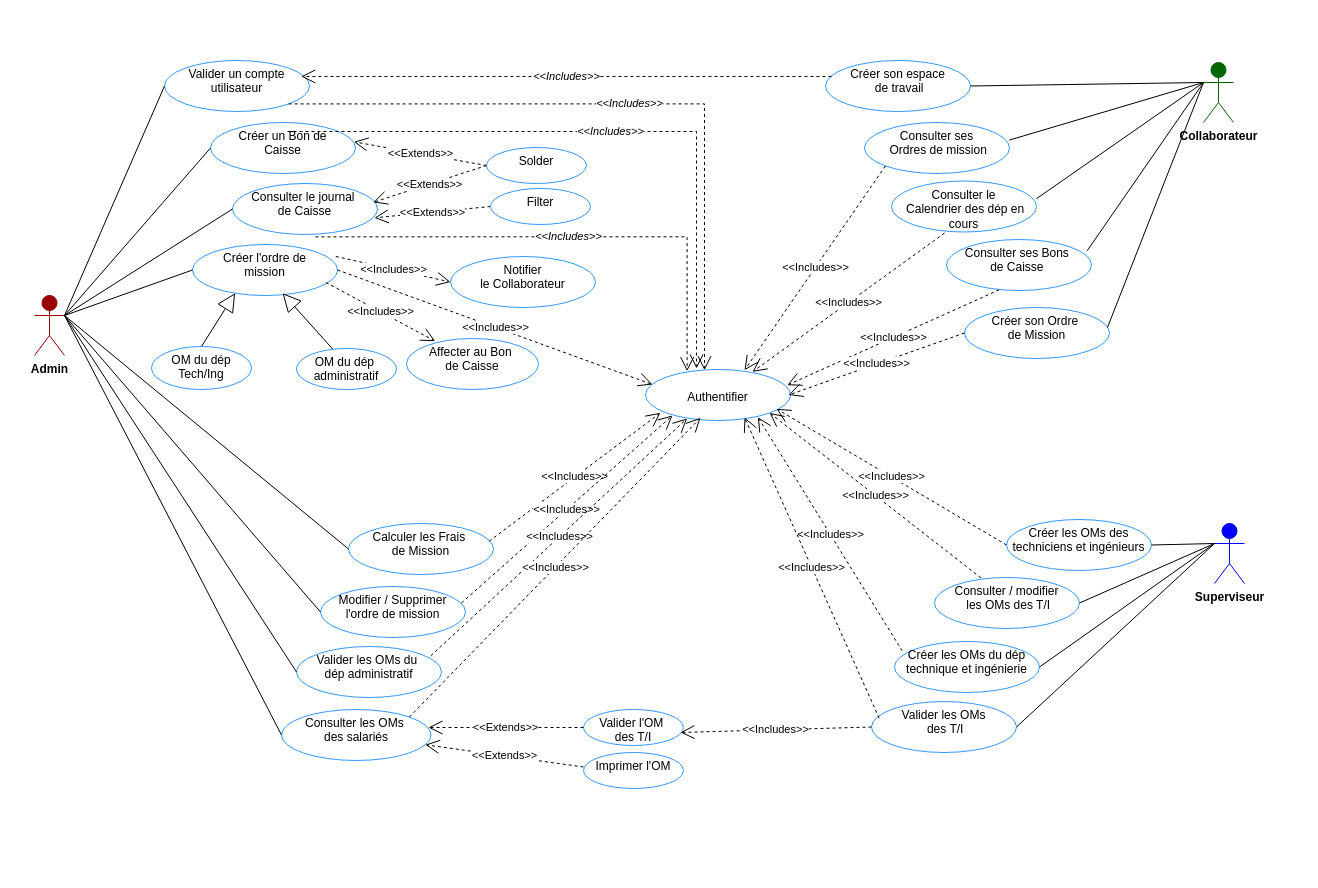
Above: useCaseApp.drawio in BARIGOU-Imane/Gestion-des-Ordres-de-Mission (draw.io), before the change. Source tidied: cells renumbered, new cells numbered last; positions are measured from the earlier drawing's top-left corner, leaving out a move shared by most shapes. Both pictures are drawn from the tidied source at 100%, with x=0, y=0 at pixel (34, 60).
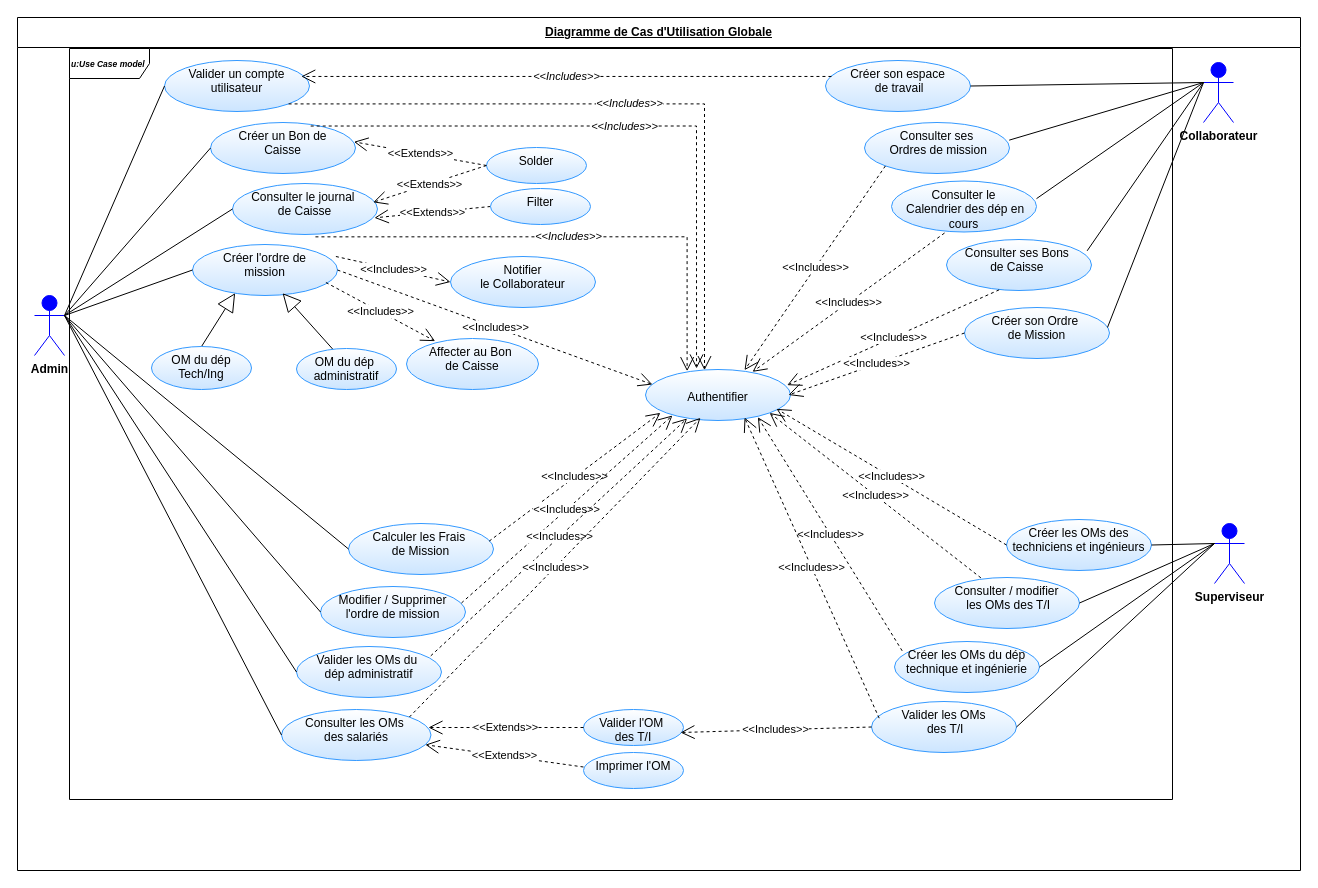
After the change.

Diff of the diagram source:
```diff
@@
-    <mxCell id="2" value="&lt;b&gt;Collaborateur&lt;/b&gt;&lt;div&gt;&lt;br&gt;&lt;/div&gt;" style="shape=umlActor;verticalLabelPosition=bottom;verticalAlign=top;html=1;outlineConnect=0;fillColor=#006600;strokeColor=#006600;" parent="1" vertex="1">
+    <mxCell id="2" value="&lt;b&gt;Collaborateur&lt;/b&gt;&lt;div&gt;&lt;br&gt;&lt;/div&gt;" style="shape=umlActor;verticalLabelPosition=bottom;verticalAlign=top;html=1;outlineConnect=0;fillColor=#0000FF;strokeColor=#0000FF;" parent="1" vertex="1">
       <mxGeometry x="1169" y="2" width="30" height="60" as="geometry" />
     </mxCell>
-    <mxCell id="3" value="&lt;div&gt;&lt;span style=&quot;background-color: initial;&quot;&gt;Valider un compte utilisateur&lt;/span&gt;&lt;br&gt;&lt;/div&gt;" style="ellipse;whiteSpace=wrap;html=1;verticalAlign=top;strokeColor=#3399FF;" parent="1" vertex="1">
+    <mxCell id="3" value="&lt;div&gt;&lt;span style=&quot;background-color: initial;&quot;&gt;Valider un compte utilisateur&lt;/span&gt;&lt;br&gt;&lt;/div&gt;" style="ellipse;whiteSpace=wrap;html=1;verticalAlign=top;strokeColor=#3399FF;gradientColor=#CCE5FF;" parent="1" vertex="1">
       <mxGeometry x="130" width="145" height="51" as="geometry" />
     </mxCell>
-    <mxCell id="4" value="&lt;b&gt;Admin&lt;/b&gt;&lt;div&gt;&lt;br&gt;&lt;/div&gt;" style="shape=umlActor;verticalLabelPosition=bottom;verticalAlign=top;html=1;outlineConnect=0;direction=east;rotation=0;fillColor=#990000;strokeColor=#990000;" parent="1" vertex="1">
+    <mxCell id="4" value="&lt;b&gt;Admin&lt;/b&gt;&lt;div&gt;&lt;br&gt;&lt;/div&gt;" style="shape=umlActor;verticalLabelPosition=bottom;verticalAlign=top;html=1;outlineConnect=0;direction=east;rotation=0;fillColor=#0000FF;strokeColor=#0000FF;" parent="1" vertex="1">
       <mxGeometry y="235" width="30" height="60" as="geometry" />
     </mxCell>
@@
-    <mxCell id="6" value="Créer l'ordre de&lt;div&gt;&amp;nbsp;mission&amp;nbsp;&lt;/div&gt;" style="ellipse;whiteSpace=wrap;html=1;verticalAlign=top;strokeColor=#3399FF;" parent="1" vertex="1">
+    <mxCell id="6" value="Créer l'ordre de&lt;div&gt;&amp;nbsp;mission&amp;nbsp;&lt;/div&gt;" style="ellipse;whiteSpace=wrap;html=1;verticalAlign=top;strokeColor=#3399FF;gradientColor=#CCE5FF;" parent="1" vertex="1">
       <mxGeometry x="158" y="184" width="145" height="51" as="geometry" />
     </mxCell>
-    <mxCell id="7" value="&lt;div&gt;Consulter les OMs&amp;nbsp;&lt;/div&gt;&lt;div&gt;des salariés&lt;/div&gt;" style="ellipse;whiteSpace=wrap;html=1;verticalAlign=top;strokeColor=#3399FF;" parent="1" vertex="1">
+    <mxCell id="7" value="&lt;div&gt;Consulter les OMs&amp;nbsp;&lt;/div&gt;&lt;div&gt;des salariés&lt;/div&gt;" style="ellipse;whiteSpace=wrap;html=1;verticalAlign=top;strokeColor=#3399FF;gradientColor=#CCE5FF;" parent="1" vertex="1">
       <mxGeometry x="247" y="649" width="149.5" height="51" as="geometry" />
     </mxCell>
-    <mxCell id="8" value="Calculer les Frais&amp;nbsp;&lt;div&gt;de Mission&lt;/div&gt;" style="ellipse;whiteSpace=wrap;html=1;verticalAlign=top;strokeColor=#3399FF;" parent="1" vertex="1">
+    <mxCell id="8" value="Calculer les Frais&amp;nbsp;&lt;div&gt;de Mission&lt;/div&gt;" style="ellipse;whiteSpace=wrap;html=1;verticalAlign=top;strokeColor=#3399FF;gradientColor=#CCE5FF;" parent="1" vertex="1">
       <mxGeometry x="314" y="463" width="145" height="51" as="geometry" />
     </mxCell>
@@
-    <mxCell id="10" value="Imprimer l'OM" style="ellipse;whiteSpace=wrap;html=1;verticalAlign=top;strokeColor=#3399FF;" parent="1" vertex="1">
+    <mxCell id="10" value="Imprimer l'OM" style="ellipse;whiteSpace=wrap;html=1;verticalAlign=top;strokeColor=#3399FF;gradientColor=#CCE5FF;" parent="1" vertex="1">
       <mxGeometry x="549" y="692" width="100" height="36" as="geometry" />
     </mxCell>
-    <mxCell id="11" value="Créer son espace&lt;div&gt;&amp;nbsp;de travail&lt;/div&gt;" style="ellipse;whiteSpace=wrap;html=1;verticalAlign=top;strokeColor=#3399FF;" parent="1" vertex="1">
+    <mxCell id="11" value="Créer son espace&lt;div&gt;&amp;nbsp;de travail&lt;/div&gt;" style="ellipse;whiteSpace=wrap;html=1;verticalAlign=top;strokeColor=#3399FF;gradientColor=#CCE5FF;" parent="1" vertex="1">
       <mxGeometry x="791" width="145" height="51" as="geometry" />
     </mxCell>
@@
-    <mxCell id="13" value="Créer les OMs du dép technique et ingénierie&lt;div&gt;&lt;br&gt;&lt;/div&gt;" style="ellipse;whiteSpace=wrap;html=1;verticalAlign=top;strokeColor=#3399FF;" parent="1" vertex="1">
+    <mxCell id="13" value="Créer les OMs du dép technique et ingénierie&lt;div&gt;&lt;br&gt;&lt;/div&gt;" style="ellipse;whiteSpace=wrap;html=1;verticalAlign=top;strokeColor=#3399FF;gradientColor=#CCE5FF;" parent="1" vertex="1">
       <mxGeometry x="860" y="581" width="145" height="51" as="geometry" />
     </mxCell>
-    <mxCell id="14" value="&lt;div&gt;Consulter / modifier&lt;/div&gt;&lt;div&gt;&amp;nbsp;les OMs des T/I&lt;/div&gt;" style="ellipse;whiteSpace=wrap;html=1;verticalAlign=top;strokeColor=#3399FF;" parent="1" vertex="1">
+    <mxCell id="14" value="&lt;div&gt;Consulter / modifier&lt;/div&gt;&lt;div&gt;&amp;nbsp;les OMs des T/I&lt;/div&gt;" style="ellipse;whiteSpace=wrap;html=1;verticalAlign=top;strokeColor=#3399FF;gradientColor=#CCE5FF;" parent="1" vertex="1">
       <mxGeometry x="900" y="517" width="145" height="51" as="geometry" />
     </mxCell>
-    <mxCell id="15" value="Créer les OMs des techniciens et ingénieurs&lt;div&gt;&lt;br&gt;&lt;/div&gt;" style="ellipse;whiteSpace=wrap;html=1;verticalAlign=top;strokeColor=#3399FF;" parent="1" vertex="1">
+    <mxCell id="15" value="Créer les OMs des techniciens et ingénieurs&lt;div&gt;&lt;br&gt;&lt;/div&gt;" style="ellipse;whiteSpace=wrap;html=1;verticalAlign=top;strokeColor=#3399FF;gradientColor=#CCE5FF;" parent="1" vertex="1">
       <mxGeometry x="972" y="459" width="145" height="51" as="geometry" />
     </mxCell>
-    <mxCell id="16" value="Valider l'OM&amp;nbsp;&lt;div&gt;des T/I&lt;/div&gt;" style="ellipse;whiteSpace=wrap;html=1;verticalAlign=top;strokeColor=#3399FF;" parent="1" vertex="1">
+    <mxCell id="16" value="Valider l'OM&amp;nbsp;&lt;div&gt;des T/I&lt;/div&gt;" style="ellipse;whiteSpace=wrap;html=1;verticalAlign=top;strokeColor=#3399FF;gradientColor=#CCE5FF;" parent="1" vertex="1">
       <mxGeometry x="549" y="649" width="100" height="36" as="geometry" />
     </mxCell>
@@
-    <mxCell id="18" value="&lt;div&gt;Valider les OMs&lt;/div&gt;&lt;div&gt;&amp;nbsp;des T/I&lt;br&gt;&lt;/div&gt;" style="ellipse;whiteSpace=wrap;html=1;verticalAlign=top;strokeColor=#3399FF;" parent="1" vertex="1">
+    <mxCell id="18" value="&lt;div&gt;Valider les OMs&lt;/div&gt;&lt;div&gt;&amp;nbsp;des T/I&lt;br&gt;&lt;/div&gt;" style="ellipse;whiteSpace=wrap;html=1;verticalAlign=top;strokeColor=#3399FF;gradientColor=#CCE5FF;" parent="1" vertex="1">
       <mxGeometry x="837" y="641" width="145" height="51" as="geometry" />
     </mxCell>
@@
-    <mxCell id="29" value="&lt;font style=&quot;&quot; face=&quot;Helvetica&quot;&gt;Créer un Bon de&lt;/font&gt;&lt;div&gt;&lt;font style=&quot;&quot; face=&quot;XJRX87y96gQI-0x3qHEv&quot;&gt;&amp;nbsp;Caisse&lt;b&gt;&amp;nbsp;&lt;/b&gt;&lt;/font&gt;&lt;/div&gt;" style="ellipse;whiteSpace=wrap;html=1;verticalAlign=top;strokeColor=#3399FF;" parent="1" vertex="1">
+    <mxCell id="29" value="&lt;font style=&quot;&quot; face=&quot;Helvetica&quot;&gt;Créer un Bon de&lt;/font&gt;&lt;div&gt;&lt;font style=&quot;&quot; face=&quot;XJRX87y96gQI-0x3qHEv&quot;&gt;&amp;nbsp;Caisse&lt;b&gt;&amp;nbsp;&lt;/b&gt;&lt;/font&gt;&lt;/div&gt;" style="ellipse;whiteSpace=wrap;html=1;verticalAlign=top;strokeColor=#3399FF;gradientColor=#CCE5FF;" parent="1" vertex="1">
       <mxGeometry x="176" y="62" width="145" height="51" as="geometry" />
     </mxCell>
@@
-    <mxCell id="32" value="Solder&lt;div&gt;&lt;br&gt;&lt;/div&gt;" style="ellipse;whiteSpace=wrap;html=1;verticalAlign=top;strokeColor=#3399FF;" parent="1" vertex="1">
+    <mxCell id="32" value="Solder&lt;div&gt;&lt;br&gt;&lt;/div&gt;" style="ellipse;whiteSpace=wrap;html=1;verticalAlign=top;strokeColor=#3399FF;gradientColor=#CCE5FF;" parent="1" vertex="1">
       <mxGeometry x="452" y="87" width="100" height="36" as="geometry" />
     </mxCell>
-    <mxCell id="33" value="&lt;div&gt;Modifier / Supprimer l'ordre de mission&lt;div&gt;&lt;br&gt;&lt;/div&gt;&lt;/div&gt;" style="ellipse;whiteSpace=wrap;html=1;verticalAlign=top;strokeColor=#3399FF;" parent="1" vertex="1">
+    <mxCell id="33" value="&lt;div&gt;Modifier / Supprimer l'ordre de mission&lt;div&gt;&lt;br&gt;&lt;/div&gt;&lt;/div&gt;" style="ellipse;whiteSpace=wrap;html=1;verticalAlign=top;strokeColor=#3399FF;gradientColor=#CCE5FF;" parent="1" vertex="1">
       <mxGeometry x="286" y="526" width="145" height="51" as="geometry" />
     </mxCell>
@@
-    <mxCell id="35" value="Affecter au Bon&amp;nbsp;&lt;div&gt;de Caisse&lt;/div&gt;" style="ellipse;whiteSpace=wrap;html=1;verticalAlign=top;strokeColor=#3399FF;" parent="1" vertex="1">
+    <mxCell id="35" value="Affecter au Bon&amp;nbsp;&lt;div&gt;de Caisse&lt;/div&gt;" style="ellipse;whiteSpace=wrap;html=1;verticalAlign=top;strokeColor=#3399FF;gradientColor=#CCE5FF;gradientDirection=south;" parent="1" vertex="1">
       <mxGeometry x="372" y="278" width="132" height="51" as="geometry" />
     </mxCell>
@@
-    <mxCell id="37" value="Créer son Ordre&amp;nbsp;&lt;br&gt;&lt;div&gt;de Mission&lt;/div&gt;" style="ellipse;whiteSpace=wrap;html=1;verticalAlign=top;strokeColor=#3399FF;" parent="1" vertex="1">
+    <mxCell id="37" value="Créer son Ordre&amp;nbsp;&lt;br&gt;&lt;div&gt;de Mission&lt;/div&gt;" style="ellipse;whiteSpace=wrap;html=1;verticalAlign=top;strokeColor=#3399FF;gradientColor=#CCE5FF;" parent="1" vertex="1">
       <mxGeometry x="930" y="247" width="145" height="51" as="geometry" />
     </mxCell>
@@
-    <mxCell id="39" value="Valider les OMs&lt;span style=&quot;background-color: initial;&quot;&gt;&amp;nbsp;&lt;/span&gt;&lt;span style=&quot;background-color: initial;&quot;&gt;du&amp;nbsp;&lt;/span&gt;&lt;div&gt;&lt;span style=&quot;background-color: initial;&quot;&gt;dép&amp;nbsp;&lt;/span&gt;&lt;span style=&quot;background-color: initial;&quot;&gt;administratif&lt;/span&gt;&lt;/div&gt;" style="ellipse;whiteSpace=wrap;html=1;verticalAlign=top;strokeColor=#3399FF;" parent="1" vertex="1">
+    <mxCell id="39" value="Valider les OMs&lt;span style=&quot;background-color: initial;&quot;&gt;&amp;nbsp;&lt;/span&gt;&lt;span style=&quot;background-color: initial;&quot;&gt;du&amp;nbsp;&lt;/span&gt;&lt;div&gt;&lt;span style=&quot;background-color: initial;&quot;&gt;dép&amp;nbsp;&lt;/span&gt;&lt;span style=&quot;background-color: initial;&quot;&gt;administratif&lt;/span&gt;&lt;/div&gt;" style="ellipse;whiteSpace=wrap;html=1;verticalAlign=top;strokeColor=#3399FF;gradientColor=#CCE5FF;" parent="1" vertex="1">
       <mxGeometry x="262" y="586" width="145" height="51" as="geometry" />
     </mxCell>
@@
-    <mxCell id="41" value="&lt;div&gt;Consulter le journal&amp;nbsp;&lt;br&gt;&lt;/div&gt;&lt;div&gt;de Caisse&lt;/div&gt;" style="ellipse;whiteSpace=wrap;html=1;verticalAlign=top;strokeColor=#3399FF;" parent="1" vertex="1">
+    <mxCell id="41" value="&lt;div&gt;Consulter le journal&amp;nbsp;&lt;br&gt;&lt;/div&gt;&lt;div&gt;de Caisse&lt;/div&gt;" style="ellipse;whiteSpace=wrap;html=1;verticalAlign=top;strokeColor=#3399FF;gradientColor=#CCE5FF;" parent="1" vertex="1">
       <mxGeometry x="198" y="123" width="145" height="51" as="geometry" />
     </mxCell>
@@
-    <mxCell id="45" style="endArrow=block;endSize=16;endFill=0;html=1;rounded=0;entryX=0.294;entryY=0.954;entryDx=0;entryDy=0;entryPerimeter=0;exitX=0.5;exitY=0;exitDx=0;exitDy=0;" parent="1" edge="1" source="46" target="6">
+    <mxCell id="45" style="endArrow=block;endSize=16;endFill=0;html=1;rounded=0;entryX=0.294;entryY=0.954;entryDx=0;entryDy=0;entryPerimeter=0;exitX=0.5;exitY=0;exitDx=0;exitDy=0;strokeColor=#000000;" parent="1" edge="1" source="46" target="6">
       <mxGeometry relative="1" as="geometry" />
     </mxCell>
-    <mxCell id="46" value="&lt;div&gt;OM&amp;nbsp;&lt;span style=&quot;background-color: initial;&quot;&gt;du dép Tech/Ing&lt;/span&gt;&lt;br&gt;&lt;/div&gt;" style="ellipse;whiteSpace=wrap;html=1;verticalAlign=top;strokeColor=#3399FF;" parent="1" vertex="1">
+    <mxCell id="46" value="&lt;div&gt;OM&amp;nbsp;&lt;span style=&quot;background-color: initial;&quot;&gt;du dép Tech/Ing&lt;/span&gt;&lt;br&gt;&lt;/div&gt;" style="ellipse;whiteSpace=wrap;html=1;verticalAlign=top;strokeColor=#3399FF;gradientColor=#CCE5FF;" parent="1" vertex="1">
       <mxGeometry x="117" y="286" width="100" height="43" as="geometry" />
     </mxCell>
-    <mxCell id="47" value="&lt;div&gt;OM&amp;nbsp;&lt;span style=&quot;background-color: initial;&quot;&gt;du dép&amp;nbsp;&lt;/span&gt;&lt;/div&gt;&lt;div&gt;&lt;span style=&quot;background-color: initial;&quot;&gt;administratif&lt;/span&gt;&lt;/div&gt;" style="ellipse;whiteSpace=wrap;html=1;verticalAlign=top;strokeColor=#3399FF;" parent="1" vertex="1">
+    <mxCell id="47" value="&lt;div&gt;OM&amp;nbsp;&lt;span style=&quot;background-color: initial;&quot;&gt;du dép&amp;nbsp;&lt;/span&gt;&lt;/div&gt;&lt;div&gt;&lt;span style=&quot;background-color: initial;&quot;&gt;administratif&lt;/span&gt;&lt;/div&gt;" style="ellipse;whiteSpace=wrap;html=1;verticalAlign=top;strokeColor=#3399FF;gradientColor=#CCE5FF;" parent="1" vertex="1">
       <mxGeometry x="262" y="288" width="100" height="41" as="geometry" />
     </mxCell>
@@
-    <mxCell id="49" value="&lt;div&gt;Filter&lt;/div&gt;" style="ellipse;whiteSpace=wrap;html=1;verticalAlign=top;strokeColor=#3399FF;" parent="1" vertex="1">
+    <mxCell id="49" value="&lt;div&gt;Filter&lt;/div&gt;" style="ellipse;whiteSpace=wrap;html=1;verticalAlign=top;strokeColor=#3399FF;gradientColor=#CCE5FF;" parent="1" vertex="1">
       <mxGeometry x="456" y="128" width="100" height="36" as="geometry" />
     </mxCell>
-    <mxCell id="50" value="Notifier&lt;div&gt;le Collaborateur&lt;/div&gt;" style="ellipse;whiteSpace=wrap;html=1;verticalAlign=top;strokeColor=#3399FF;" parent="1" vertex="1">
+    <mxCell id="50" value="Notifier&lt;div&gt;le Collaborateur&lt;/div&gt;" style="ellipse;whiteSpace=wrap;html=1;verticalAlign=top;strokeColor=#3399FF;gradientColor=#CCE5FF;" parent="1" vertex="1">
       <mxGeometry x="416" y="196" width="145" height="51" as="geometry" />
     </mxCell>
@@
-    <mxCell id="52" value="Consulter ses&lt;div&gt;&amp;nbsp;Ordres&amp;nbsp;&lt;span style=&quot;background-color: initial;&quot;&gt;de mission&lt;/span&gt;&lt;/div&gt;" style="ellipse;whiteSpace=wrap;html=1;verticalAlign=top;strokeColor=#3399FF;" parent="1" vertex="1">
+    <mxCell id="52" value="Consulter ses&lt;div&gt;&amp;nbsp;Ordres&amp;nbsp;&lt;span style=&quot;background-color: initial;&quot;&gt;de mission&lt;/span&gt;&lt;/div&gt;" style="ellipse;whiteSpace=wrap;html=1;verticalAlign=top;strokeColor=#3399FF;gradientColor=#CCE5FF;" parent="1" vertex="1">
       <mxGeometry x="830" y="62" width="145" height="51" as="geometry" />
     </mxCell>
@@
-    <mxCell id="54" value="Consulter le&lt;div&gt;&amp;nbsp;Calendrier des dép en cours&lt;/div&gt;" style="ellipse;whiteSpace=wrap;html=1;verticalAlign=top;strokeColor=#3399FF;" parent="1" vertex="1">
+    <mxCell id="54" value="Consulter le&lt;div&gt;&amp;nbsp;Calendrier des dép en cours&lt;/div&gt;" style="ellipse;whiteSpace=wrap;html=1;verticalAlign=top;strokeColor=#3399FF;gradientColor=#CCE5FF;" parent="1" vertex="1">
       <mxGeometry x="857" y="120.5" width="145" height="51" as="geometry" />
     </mxCell>
@@
-    <mxCell id="56" value="Consulter ses Bons&amp;nbsp;&lt;div&gt;de Caisse&amp;nbsp;&lt;/div&gt;" style="ellipse;whiteSpace=wrap;html=1;verticalAlign=top;strokeColor=#3399FF;" parent="1" vertex="1">
+    <mxCell id="56" value="Consulter ses Bons&amp;nbsp;&lt;div&gt;de Caisse&amp;nbsp;&lt;/div&gt;" style="ellipse;whiteSpace=wrap;html=1;verticalAlign=top;strokeColor=#3399FF;gradientColor=#CCE5FF;" parent="1" vertex="1">
       <mxGeometry x="912" y="179" width="145" height="51" as="geometry" />
     </mxCell>
@@
-    <mxCell id="58" value="&lt;div&gt;&lt;br&gt;&lt;/div&gt;Authentifier" style="ellipse;whiteSpace=wrap;html=1;verticalAlign=top;strokeColor=#3399FF;" parent="1" vertex="1">
+    <mxCell id="58" value="&lt;div&gt;&lt;br&gt;&lt;/div&gt;Authentifier" style="ellipse;whiteSpace=wrap;html=1;verticalAlign=top;strokeColor=#3399FF;gradientColor=#CCE5FF;" parent="1" vertex="1">
       <mxGeometry x="611" y="309" width="145" height="51" as="geometry" />
     </mxCell>
@@
-    <mxCell id="74" value="&lt;i&gt;&amp;lt;&amp;lt;Includes&amp;gt;&amp;gt;&lt;/i&gt;" style="endArrow=open;endSize=12;dashed=1;html=1;rounded=0;edgeStyle=orthogonalEdgeStyle;exitX=0.531;exitY=0.176;exitDx=0;exitDy=0;exitPerimeter=0;entryX=0.352;entryY=-0.02;entryDx=0;entryDy=0;entryPerimeter=0;" parent="1" edge="1" source="29" target="58">
+    <mxCell id="74" value="&lt;i&gt;&amp;lt;&amp;lt;Includes&amp;gt;&amp;gt;&lt;/i&gt;" style="endArrow=open;endSize=12;dashed=1;html=1;rounded=0;edgeStyle=orthogonalEdgeStyle;entryX=0.352;entryY=-0.02;entryDx=0;entryDy=0;entryPerimeter=0;exitX=0.691;exitY=0.069;exitDx=0;exitDy=0;exitPerimeter=0;" parent="1" edge="1" source="29" target="58">
       <mxGeometry relative="1" as="geometry" />
     </mxCell>
+    <mxCell id="75" value="&lt;u&gt;Diagramme de Cas d'Utilisation Globale&lt;/u&gt;" style="swimlane;fontStyle=1;align=center;horizontal=1;startSize=30;html=1;whiteSpace=wrap;" parent="1" vertex="1">
+      <mxGeometry x="-17" y="-43" width="1283" height="853" as="geometry" />
+    </mxCell>
+    <mxCell id="76" value="&lt;i&gt;&lt;font style=&quot;font-size: 8.5px;&quot;&gt;&lt;b style=&quot;&quot;&gt;u:Use Case model&lt;/b&gt;&lt;/font&gt;&lt;/i&gt;" style="shape=umlFrame;whiteSpace=wrap;html=1;width=80;align=left;" parent="75" vertex="1">
+      <mxGeometry width="1103" height="751" relative="1" as="geometry">
+        <mxPoint x="52" y="31" as="offset" />
+      </mxGeometry>
+    </mxCell>
```
